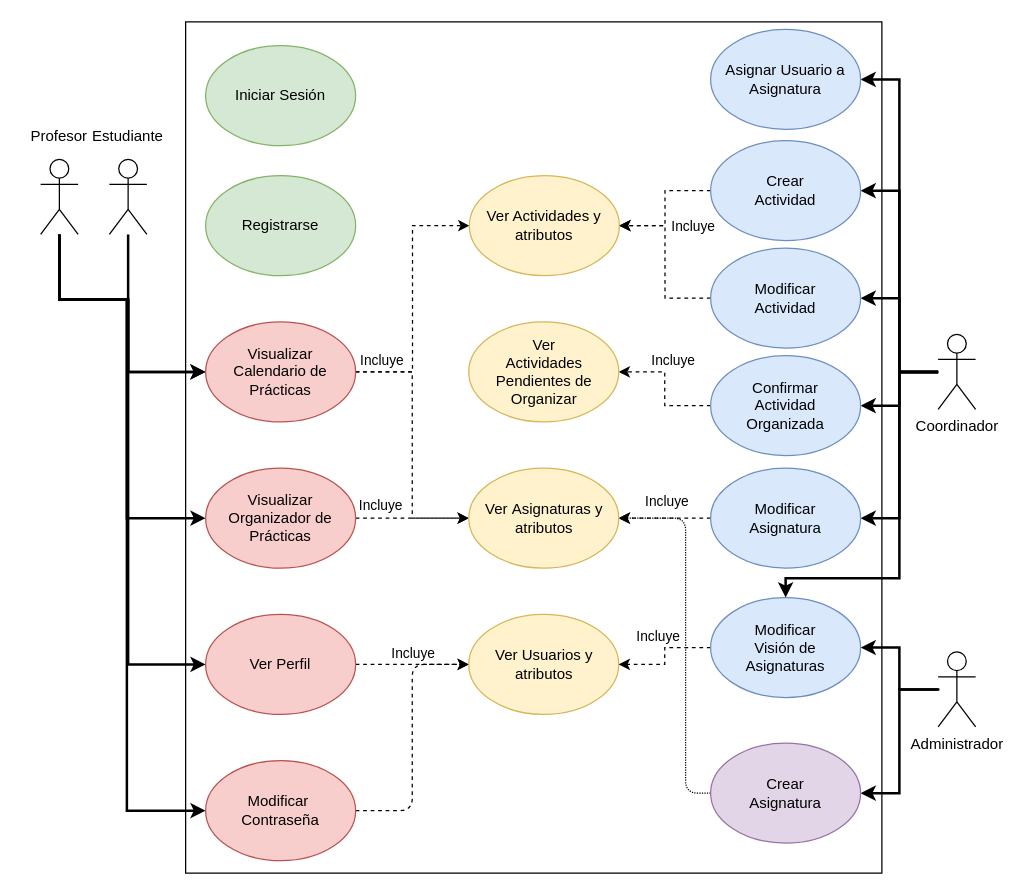
Earlier version of the draw.io diagram 03-Documentación/CasoDeUsoTFG.drawio (100451105/UC3M-Organizer). Source tidied: cells renumbered, new cells numbered last; positions are measured from the earlier drawing's top-left corner, leaving out a move shared by most shapes. Both pictures are drawn from the tidied source at 125%, with x=0, y=0 at pixel (21, 21).
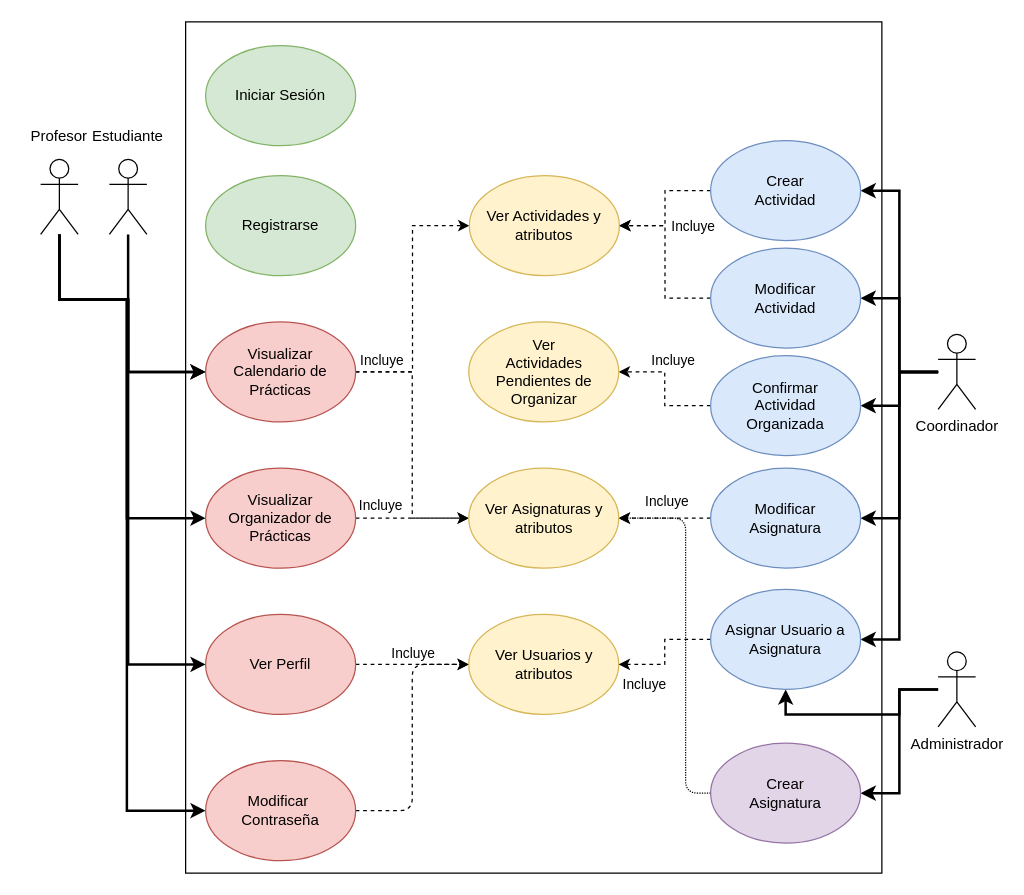
After the change.

Commit message (it also covers changes not shown here):
Modificados Diagramas de Caso de Uso

The change refers to these unchanged cells:
```xml
<mxCell id="14" value="Coordinador" style="shape=umlActor;verticalLabelPosition=bottom;verticalAlign=top;html=1;outlineConnect=0;" parent="1" vertex="1">
  <mxGeometry x="733" y="250" width="30" height="60" as="geometry" />
</mxCell>
<mxCell id="16" value="Administrador&lt;div&gt;&lt;br&gt;&lt;/div&gt;" style="shape=umlActor;verticalLabelPosition=bottom;verticalAlign=top;html=1;outlineConnect=0;" parent="1" vertex="1">
  <mxGeometry x="733" y="504" width="30" height="60" as="geometry" />
</mxCell>
<mxCell id="39" value="Ver Usuarios y atributos" style="ellipse;whiteSpace=wrap;html=1;fillColor=#fff2cc;strokeColor=#d6b656;" parent="1" vertex="1">
  <mxGeometry x="357.5" y="474" width="120" height="80" as="geometry" />
</mxCell>
```

The edit, as a diff of the source:
```diff
@@
-    <mxCell id="15" style="edgeStyle=orthogonalEdgeStyle;rounded=0;jettySize=auto;html=1;entryX=1;entryY=0.5;entryDx=0;entryDy=0;strokeWidth=2;" parent="1" edge="1" target="46">
-      <mxGeometry relative="1" as="geometry">
-        <mxPoint x="734" y="534" as="sourcePoint" />
-        <Array as="points">
-          <mxPoint x="702" y="534" />
-          <mxPoint x="702" y="501" />
-        </Array>
-      </mxGeometry>
-    </mxCell>
+    <mxCell id="58" style="edgeStyle=orthogonalEdgeStyle;rounded=0;jettySize=auto;html=1;entryX=0.5;entryY=1;entryDx=0;entryDy=0;strokeWidth=2;" parent="1" edge="1" source="16" target="40">
+      <mxGeometry relative="1" as="geometry" />
+    </mxCell>
@@
+    <mxCell id="59" style="edgeStyle=orthogonalEdgeStyle;rounded=0;jettySize=auto;html=1;dashed=1;strokeWidth=1;" parent="1" edge="1" source="40" target="39">
+      <mxGeometry relative="1" as="geometry" />
+    </mxCell>
+    <mxCell id="47" value="Incluye" style="edgeLabel;html=1;align=center;verticalAlign=middle;" parent="59" vertex="1">
+      <mxGeometry x="0.11" y="-1" relative="1" as="geometry">
+        <mxPoint x="-16" y="20" as="offset" />
+      </mxGeometry>
+    </mxCell>
     <mxCell id="40" value="Asignar Usuario a&lt;div&gt;Asignatura&lt;/div&gt;" style="ellipse;whiteSpace=wrap;html=1;fillColor=#dae8fc;strokeColor=#6c8ebf;" parent="1" vertex="1">
-      <mxGeometry x="551" y="6" width="120" height="80" as="geometry" />
+      <mxGeometry x="551" y="454" width="120" height="80" as="geometry" />
     </mxCell>
@@
-    <mxCell id="45" style="edgeStyle=orthogonalEdgeStyle;rounded=0;jettySize=auto;html=1;dashed=1;" parent="1" edge="1" source="46" target="39">
-      <mxGeometry relative="1" as="geometry" />
-    </mxCell>
-    <mxCell id="46" value="Modificar&lt;div&gt;Visión de&lt;/div&gt;&lt;div&gt;Asignaturas&lt;/div&gt;" style="ellipse;whiteSpace=wrap;html=1;fillColor=#dae8fc;strokeColor=#6c8ebf;" parent="1" vertex="1">
-      <mxGeometry x="551" y="460.5" width="120" height="80" as="geometry" />
-    </mxCell>
-    <mxCell id="47" value="Incluye" style="edgeLabel;html=1;align=center;verticalAlign=middle;" parent="1" vertex="1">
-      <mxGeometry x="508" y="491" as="geometry" />
-    </mxCell>
@@
-    <mxCell id="55" style="edgeStyle=orthogonalEdgeStyle;rounded=0;jettySize=auto;html=1;entryX=0.5;entryY=0;entryDx=0;entryDy=0;strokeWidth=2;" parent="1" edge="1" source="14" target="46">
-      <mxGeometry relative="1" as="geometry">
-        <Array as="points">
-          <mxPoint x="702" y="280" />
-          <mxPoint x="702" y="445" />
-          <mxPoint x="611" y="445" />
-        </Array>
-      </mxGeometry>
-    </mxCell>
```
